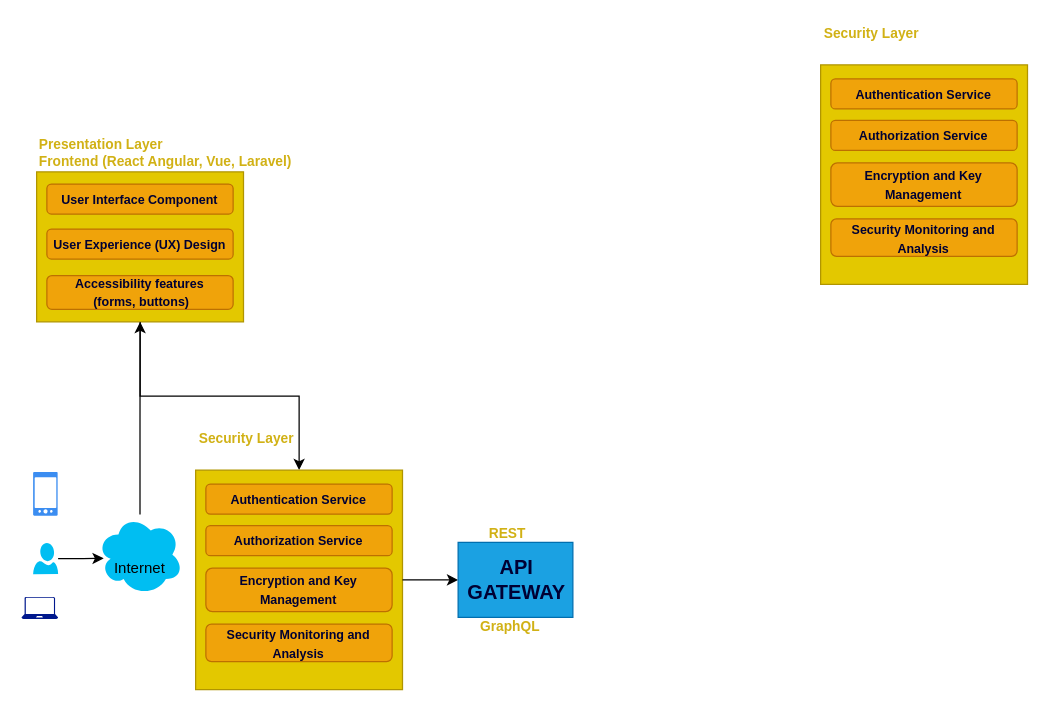
Earlier version of the draw.io diagram IMS.drawio (dabiko/draw-io). Source tidied: cells renumbered, new cells numbered last; positions are measured from the earlier drawing's top-left corner, leaving out a move shared by most shapes. Both pictures are drawn from the tidied source at 125%, with x=0, y=0 at pixel (21, 21).
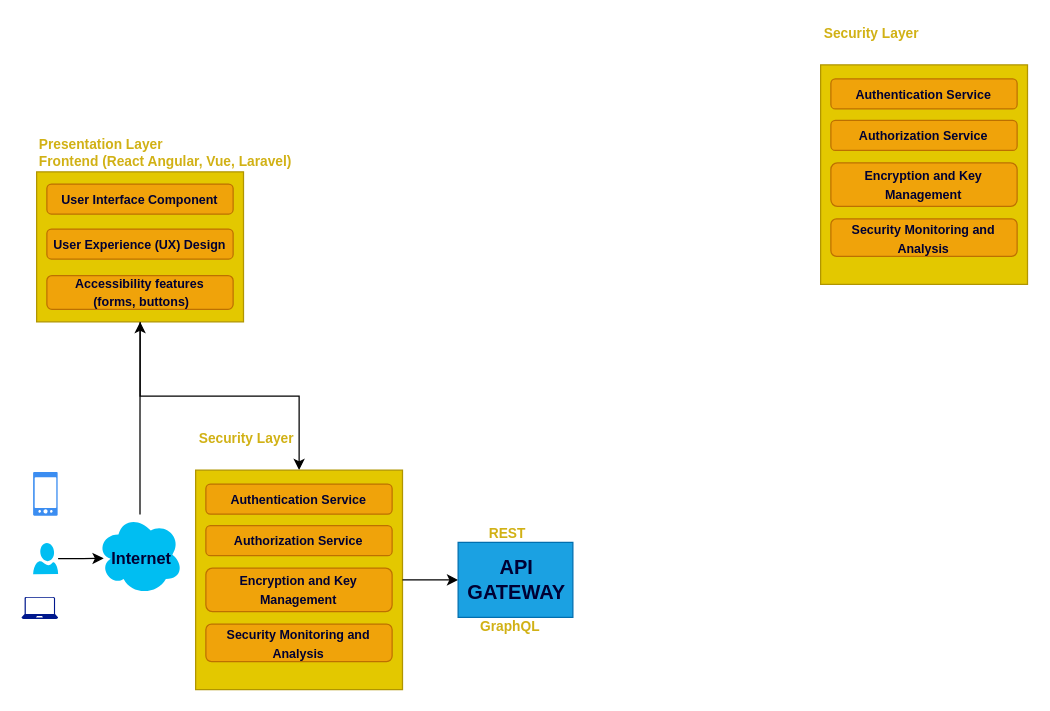
The same diagram, later.

The edit, as a diff of the source:
```diff
@@
-    <mxCell id="3" value="&lt;div&gt;&lt;b&gt;&lt;br&gt;&lt;/b&gt;&lt;/div&gt;&lt;div style=&quot;font-weight: bold;&quot;&gt;&lt;b&gt;&lt;br&gt;&lt;/b&gt;&lt;/div&gt;&lt;font style=&quot;font-size: 12px;&quot;&gt;Internet&lt;/font&gt;" style="ellipse;shape=cloud;whiteSpace=wrap;html=1;verticalAlign=top;fillColor=#00BEF2;strokeColor=none;" parent="1" vertex="1">
+    <mxCell id="3" style="ellipse;shape=cloud;whiteSpace=wrap;html=1;verticalAlign=top;fillColor=#00BEF2;strokeColor=none;" parent="1" vertex="1">
       <mxGeometry x="60" y="394" width="69" height="64.5" as="geometry" />
     </mxCell>
@@
+    <mxCell id="35" value="&lt;div style=&quot;text-wrap: nowrap; font-size: 13px;&quot;&gt;Internet&lt;/div&gt;" style="text;html=1;align=left;verticalAlign=middle;whiteSpace=wrap;rounded=0;fontColor=#000033;fontStyle=1;fontSize=13;" parent="1" vertex="1">
+      <mxGeometry x="70" y="419" width="60" height="20" as="geometry" />
+    </mxCell>
```
